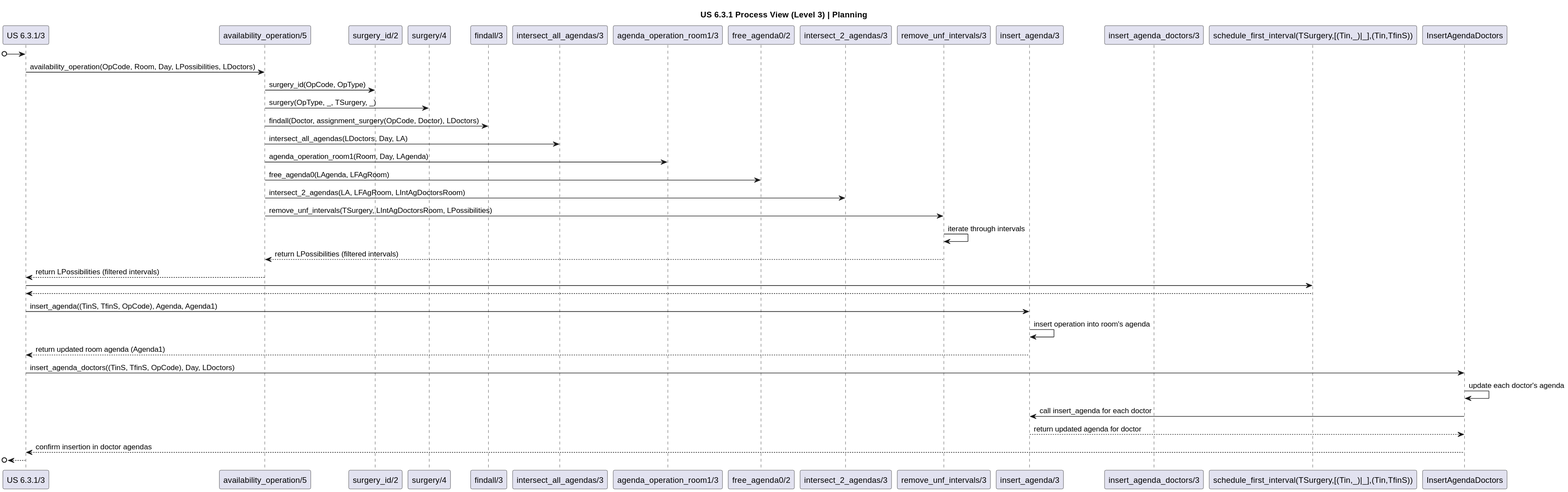
Above: docs/sprint-2/us-6.3.1/Diagrams/process-view-level-3-planning.svg in rita-barbosa/LAPR5-2425 (PlantUML), before the change.
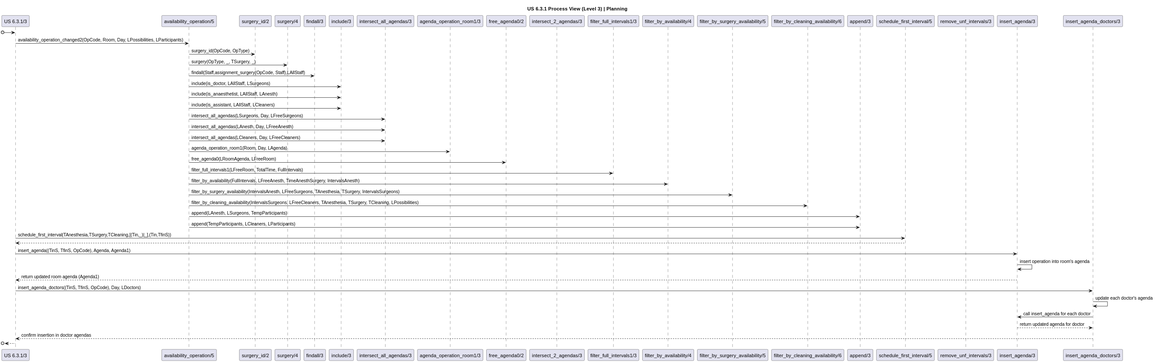
After the change.

Diff of the diagram source:
```diff
@@ -5,33 +5,45 @@
 participant "availability_operation/5" as AvailabilityOp
 participant "surgery_id/2" as SurgeryID
 participant "surgery/4" as Surgery
-participant "findall/3" as FindDoctors
+participant "findall/3" as LAllStaff
+participant "include/3" as IncludeStaffs
 participant "intersect_all_agendas/3" as IntersectAgendas
 participant "agenda_operation_room1/3" as RoomAgenda
 participant "free_agenda0/2" as FreeAgenda
 participant "intersect_2_agendas/3" as IntersectAgendasRoom
+participant "filter_full_intervals1/3" as FilterFull
+participant "filter_by_availability/4" as FilterAvail
+participant "filter_by_surgery_availability/5" as FilterSurg
+participant "filter_by_cleaning_availability/6" as FilterClean
+participant "append/3" as AppendAppend
+participant "schedule_first_interval/5" as Schedule
 participant "remove_unf_intervals/3" as RemoveUnf
 participant "insert_agenda/3" as InsertAgenda
-participant "insert_agenda_doctors/3" as I6nsertAgendaDoctors
+participant "insert_agenda_doctors/3" as InsertAgendaDoctors
 
 [o-> US
-US -> AvailabilityOp: availability_operation(OpCode, Room, Day, LPossibilities, LDoctors)
+US -> AvailabilityOp: availability_operation_changed2(OpCode, Room, Day, LPossibilities, LParticipants)
 AvailabilityOp -> SurgeryID: surgery_id(OpCode, OpType)
 AvailabilityOp -> Surgery: surgery(OpType, _, TSurgery, _)
-AvailabilityOp -> FindDoctors: findall(Doctor, assignment_surgery(OpCode, Doctor), LDoctors)
-AvailabilityOp -> IntersectAgendas: intersect_all_agendas(LDoctors, Day, LA)
+AvailabilityOp -> LAllStaff: findall(Staff,assignment_surgery(OpCode, Staff),LAllStaff)
+AvailabilityOp -> IncludeStaffs: include(is_doctor, LAllStaff, LSurgeons)
+AvailabilityOp -> IncludeStaffs: include(is_anaesthetist, LAllStaff, LAnesth)
+AvailabilityOp -> IncludeStaffs: include(is_assistant, LAllStaff, LCleaners)
+AvailabilityOp -> IntersectAgendas: intersect_all_agendas(LSurgeons, Day, LFreeSurgeons)
+AvailabilityOp -> IntersectAgendas: intersect_all_agendas(LAnesth, Day, LFreeAnesth)
+AvailabilityOp -> IntersectAgendas: intersect_all_agendas(LCleaners, Day, LFreeCleaners)
 AvailabilityOp -> RoomAgenda: agenda_operation_room1(Room, Day, LAgenda)
-AvailabilityOp -> FreeAgenda: free_agenda0(LAgenda, LFAgRoom)
-AvailabilityOp -> IntersectAgendasRoom: intersect_2_agendas(LA, LFAgRoom, LIntAgDoctorsRoom)
+AvailabilityOp -> FreeAgenda: free_agenda0(LRoomAgenda, LFreeRoom)
+AvailabilityOp -> FilterFull: filter_full_intervals1(LFreeRoom, TotalTime, FullIntervals)
+AvailabilityOp -> FilterAvail: filter_by_availability(FullIntervals, LFreeAnesth, TimeAnesthSurgery, IntervalsAnesth)
+AvailabilityOp -> FilterSurg: filter_by_surgery_availability(IntervalsAnesth, LFreeSurgeons, TAnesthesia, TSurgery, IntervalsSurgeons)
+AvailabilityOp -> FilterClean: filter_by_cleaning_availability(IntervalsSurgeons, LFreeCleaners, TAnesthesia, TSurgery, TCleaning, LPossibilities)
+AvailabilityOp -> AppendAppend: append(LAnesth, LSurgeons, TempParticipants)
+AvailabilityOp -> AppendAppend: append(TempParticipants, LCleaners, LParticipants)
 
-AvailabilityOp -> RemoveUnf: remove_unf_intervals(TSurgery, LIntAgDoctorsRoom, LPossibilities)
 
-RemoveUnf -> RemoveUnf: iterate through intervals
-RemoveUnf --> AvailabilityOp: return LPossibilities (filtered intervals)
-AvailabilityOp --> US : return LPossibilities (filtered intervals)
-
-US -> "schedule_first_interval(TSurgery,[(Tin,_)|_],(Tin,TfinS))"
-US <-- "schedule_first_interval(TSurgery,[(Tin,_)|_],(Tin,TfinS))"
+US -> Schedule: schedule_first_interval(TAnesthesia,TSurgery,TCleaning,[(Tin,_)|_],(Tin,TfinS))
+US <-- Schedule:
 
 US -> InsertAgenda: insert_agenda((TinS, TfinS, OpCode), Agenda, Agenda1)
 
```
